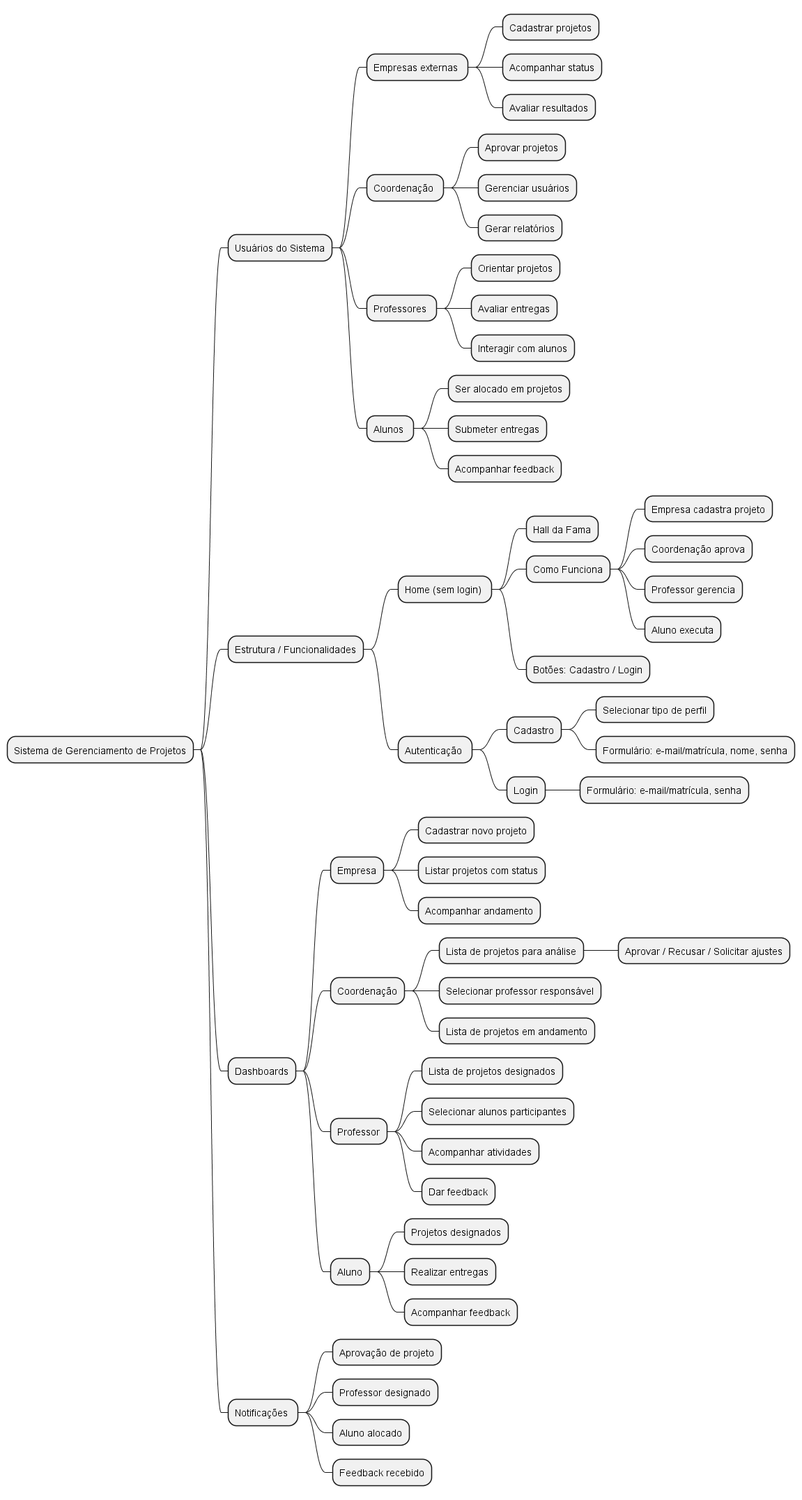
Before: docs/assets/mapamental.png, a diagram exported from PlantUML (Projetos-de-Extensao/PFE_25.2_8003_I).
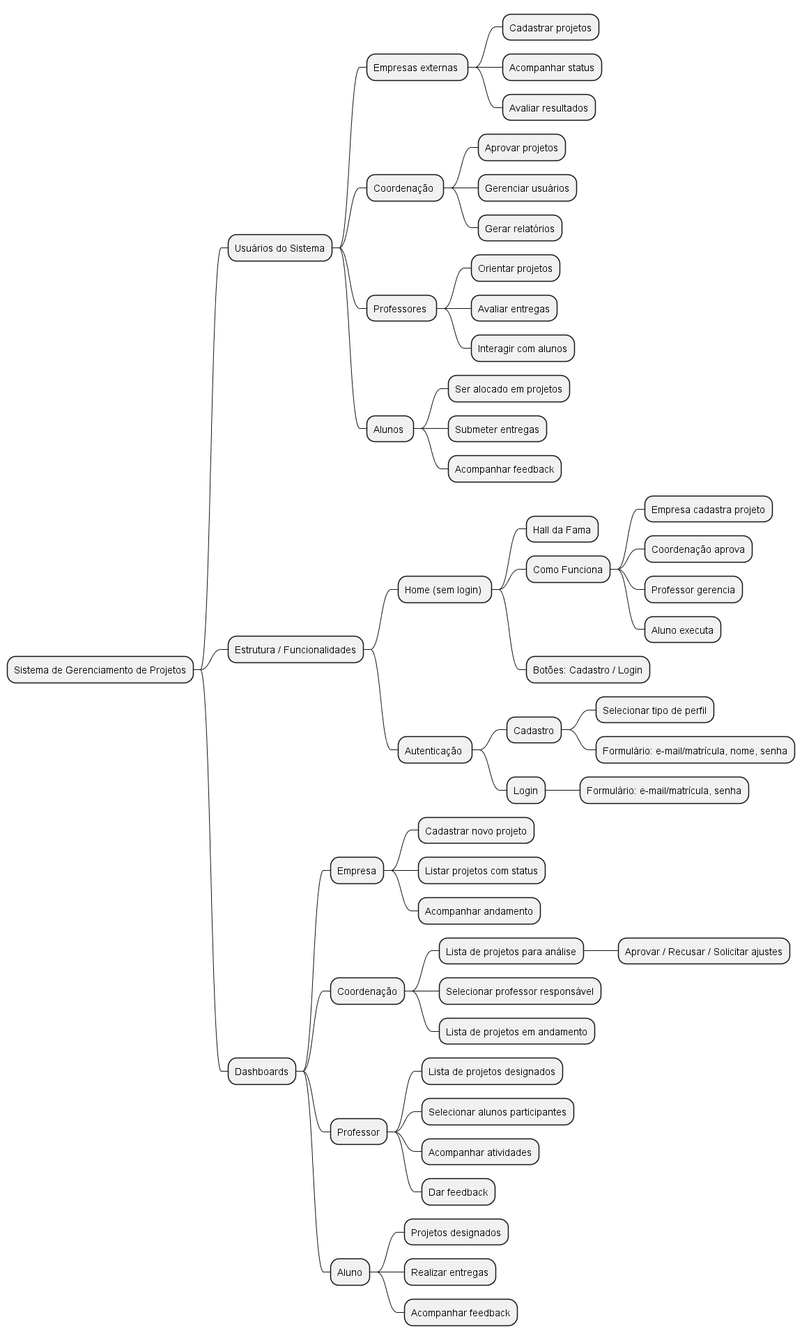
The same diagram one commit later.

Commit message:
atualizacao_mapamental

What changed in the source:
```diff
@@ -53,10 +53,4 @@
 **** Projetos designados
 **** Realizar entregas
 **** Acompanhar feedback
-
-** Notificações
-*** Aprovação de projeto
-*** Professor designado
-*** Aluno alocado
-*** Feedback recebido
 @endmindmap
```
